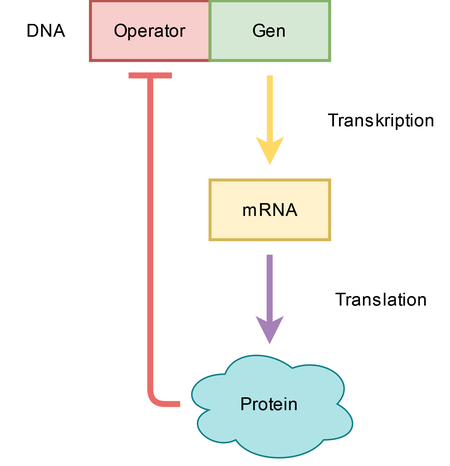
Earlier version of the draw.io export images/repression.png (M4R1KU/Math-meets-Biology). Source tidied: cells renumbered, new cells last; positions are measured from the earlier drawing's top-left corner, leaving out a move shared by most shapes. Source of this version:
```xml
<mxGraphModel>
  <root>
    <mxCell id="0" />
    <mxCell id="1" parent="0" />
    <mxCell id="2" value="Operator" style="rounded=0;whiteSpace=wrap;html=1;fillColor=#f8cecc;strokeColor=#b85450;strokeWidth=2;" parent="1" vertex="1">
      <mxGeometry x="60" width="80" height="40" as="geometry" />
    </mxCell>
    <mxCell id="3" value="Gen" style="rounded=0;whiteSpace=wrap;html=1;fillColor=#d5e8d4;strokeColor=#82b366;strokeWidth=2;" parent="1" vertex="1">
      <mxGeometry x="140" width="80" height="40" as="geometry" />
    </mxCell>
    <mxCell id="4" value="mRNA" style="rounded=0;whiteSpace=wrap;html=1;fillColor=#fff2cc;strokeColor=#d6b656;strokeWidth=2;" parent="1" vertex="1">
      <mxGeometry x="140" y="120" width="80" height="40" as="geometry" />
    </mxCell>
    <mxCell id="5" style="endArrow=classic;html=1;rounded=0;strokeWidth=4;fillColor=#fff2cc;strokeColor=#FFD966;" parent="1" edge="1">
      <mxGeometry relative="1" as="geometry">
        <mxPoint x="180" y="50" as="sourcePoint" />
        <mxPoint x="180" y="110" as="targetPoint" />
      </mxGeometry>
    </mxCell>
    <mxCell id="6" style="endArrow=baseDash;html=1;rounded=1;strokeWidth=4;edgeStyle=orthogonalEdgeStyle;endFill=0;strokeColor=#EA6B66;endSize=24;jumpSize=8;" parent="1" edge="1" source="9">
      <mxGeometry relative="1" as="geometry">
        <mxPoint x="100" y="50" as="targetPoint" />
      </mxGeometry>
    </mxCell>
    <mxCell id="7" value="DNA" style="text;html=1;strokeColor=none;fillColor=none;align=center;verticalAlign=middle;whiteSpace=wrap;rounded=0;" parent="1" vertex="1">
      <mxGeometry y="5" width="60" height="30" as="geometry" />
    </mxCell>
    <mxCell id="8" value="Transkription" style="text;html=1;strokeColor=none;fillColor=none;align=center;verticalAlign=middle;whiteSpace=wrap;rounded=0;" parent="1" vertex="1">
      <mxGeometry x="210" y="60" width="90" height="40" as="geometry" />
    </mxCell>
    <mxCell id="9" value="Protein" style="ellipse;shape=cloud;whiteSpace=wrap;html=1;fillColor=#b0e3e6;strokeColor=#0e8088;" parent="1" vertex="1">
      <mxGeometry x="120" y="230" width="120" height="80" as="geometry" />
    </mxCell>
    <mxCell id="10" style="endArrow=classic;html=1;rounded=0;strokeWidth=4;fillColor=#fff2cc;strokeColor=#A680B8;" parent="1" edge="1">
      <mxGeometry relative="1" as="geometry">
        <mxPoint x="179.9" y="170" as="sourcePoint" />
        <mxPoint x="179.9" y="230" as="targetPoint" />
      </mxGeometry>
    </mxCell>
    <mxCell id="11" value="Translation" style="text;html=1;strokeColor=none;fillColor=none;align=center;verticalAlign=middle;whiteSpace=wrap;rounded=0;" parent="1" vertex="1">
      <mxGeometry x="210" y="180" width="90" height="40" as="geometry" />
    </mxCell>
  </root>
</mxGraphModel>
```
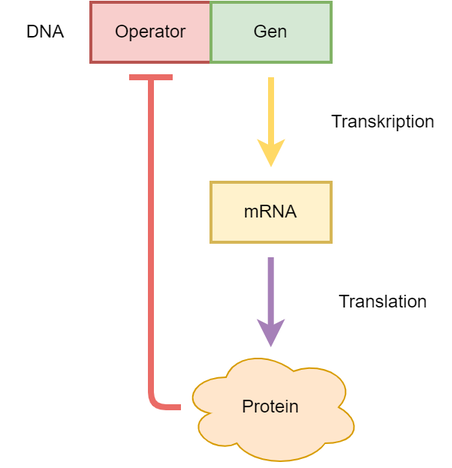
The same diagram one commit later.

Diff of the diagram source:
```diff
@@ -28,7 +28,7 @@
     <mxCell id="8" value="Transkription" style="text;html=1;strokeColor=none;fillColor=none;align=center;verticalAlign=middle;whiteSpace=wrap;rounded=0;" parent="1" vertex="1">
       <mxGeometry x="210" y="60" width="90" height="40" as="geometry" />
     </mxCell>
-    <mxCell id="9" value="Protein" style="ellipse;shape=cloud;whiteSpace=wrap;html=1;fillColor=#b0e3e6;strokeColor=#0e8088;" parent="1" vertex="1">
+    <mxCell id="9" value="Protein" style="ellipse;shape=cloud;whiteSpace=wrap;html=1;fillColor=#ffe6cc;strokeColor=#d79b00;" parent="1" vertex="1">
       <mxGeometry x="120" y="230" width="120" height="80" as="geometry" />
     </mxCell>
     <mxCell id="10" style="endArrow=classic;html=1;rounded=0;strokeWidth=4;fillColor=#fff2cc;strokeColor=#A680B8;" parent="1" edge="1">
```
